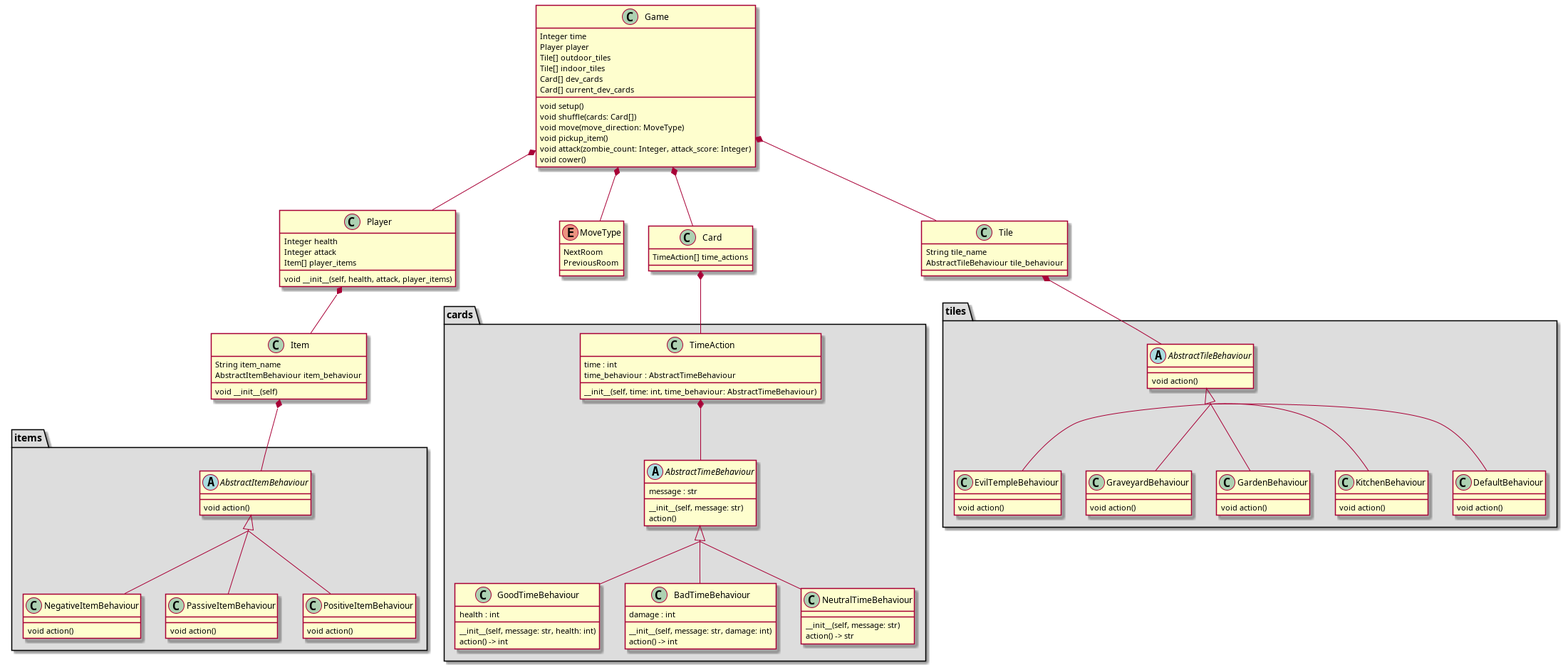
This is Class Diagram.png from bjtrounson/ZombieInMyPocket, a PlantUML export, as it was before one commit.
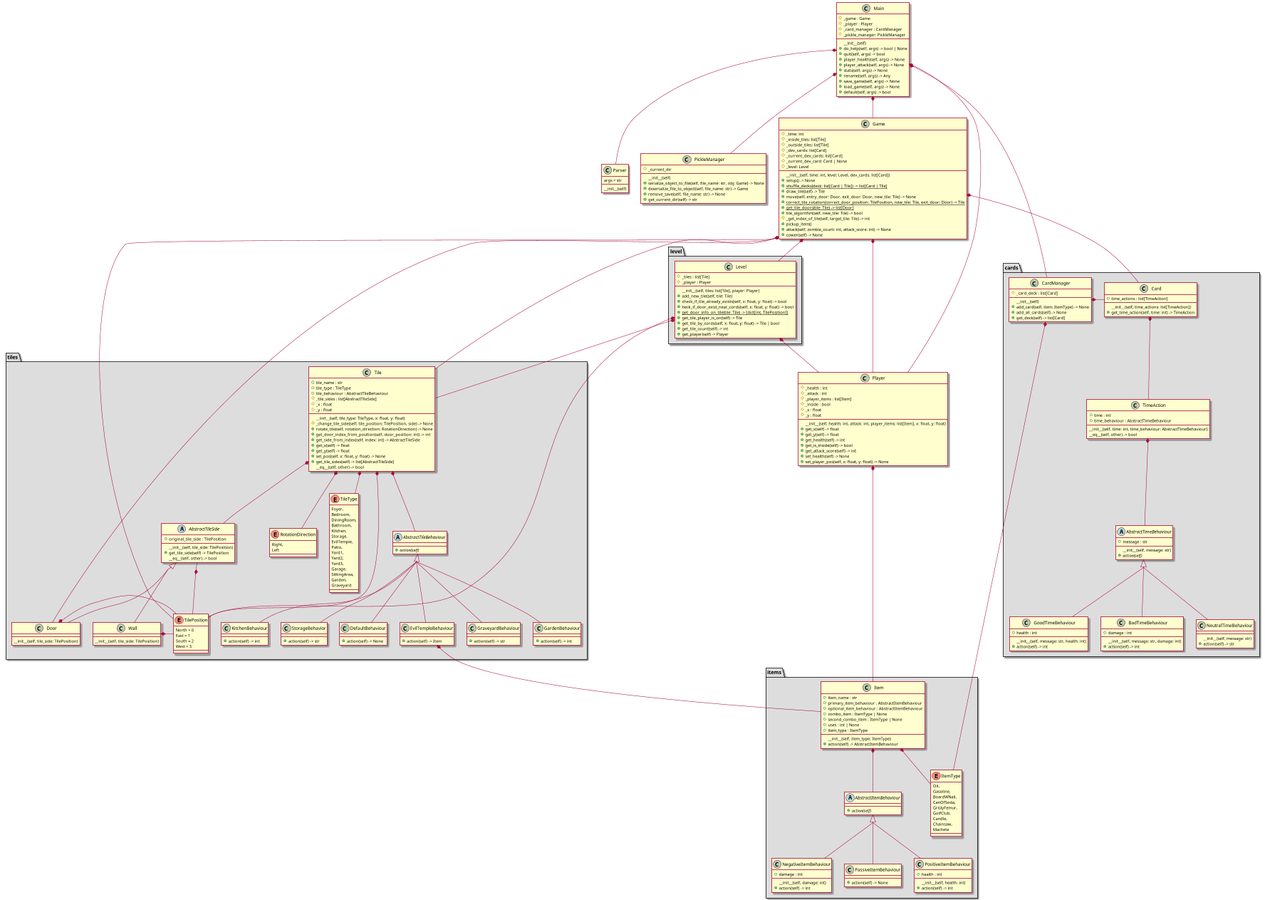
After the change.

Diff of the diagram source:
```diff
@@ -1,134 +1,321 @@
-@startuml Class Diagram
-skinparam groupInheritance 3
+@startuml
+skinparam groupInheritance 2
+page 2x2
+skinparam pageMargin 10
+skinparam pageExternalColor gray
+skinparam pageBorderColor black
 
-class Game {
-    Integer time
-    Player player
-    Tile[] outdoor_tiles
-    Tile[] indoor_tiles
-    Card[] dev_cards
-    Card[] current_dev_cards
-    void setup()
-    void shuffle(cards: Card[])
-    void move(move_direction: MoveType)
-    void pickup_item()
-    void attack(zombie_count: Integer, attack_score: Integer)
-    void cower()
+together {
+  class Main {
+        #_game : Game
+        #_player : Player
+        #_card_manager : CardManager
+        #_pickle_manager: PickleManager
+        __init__(self)
+        +do_help(self, args) -> bool | None
+        +quit(self, args) -> bool
+        +player_health(self, args) -> None
+        +player_attack(self, args) -> None
+        +stats(self, args) -> None
+        +rename(self, args) -> Any
+        +save_game(self, args) -> None
+        +load_game(self, args) -> None
+        +default(self, args) -> bool
+    }
+
+
+    class Parser {
+        args = str
+        __init__(self)
+    }
+
+    class PickleManager {
+        #_current_dir
+        __init__(self)
+        +serialize_object_to_file(self, file_name: str, obj: Game) -> None
+        +deserialize_file_to_object(self, file_name: str) -> Game
+        +remove_save(self, file_name: str) -> None
+        +get_current_dir(self) -> str
+    }
+
+    class Game {
+        #_time: int
+        #_inside_tiles: list[Tile]
+        #_outside_tiles: list[Tile]
+        #_dev_cards: list[Card]
+        #_current_dev_cards: list[Card]
+        #_current_dev_card: Card | None
+        #_level: Level
+        __init__(self, time: int, level: Level, dev_cards: list[Card])
+        +setup() -> None
+        +{static} shuffle_decks(deck: list[Card | Tile]) -> list[Card | Tile]
+        +draw_tile(self) -> Tile
+        +move(self, entry_door: Door, exit_door: Door, new_tile: Tile) -> None
+        +{static}correct_tile_rotation(correct_door_position: TilePosition, new_tile: Tile, exit_door: Door) -> Tile
+        +{static}get_tile_doors(tile: Tile) -> list[Door]
+        +tile_algorithm(self, new_tile: Tile) -> bool
+        #_get_index_of_tile(self, target_tile: Tile) -> int
+        +pickup_item()
+        +attack(self, zombie_count: int, attack_score: int) -> None
+        +cower(self) -> None
+    }
+
+    class Player {
+        #_health : int
+        #_attack : int
+        #_player_items : list[Item]
+        #_inside : bool
+        #_x : float
+        #_y : float
+        __init__(self, health: int, attack: int, player_items: list[Item], x: float, y: float)
+        +get_x(self) -> float
+        +get_y(self) -> float
+        +get_health(self) -> int
+        +get_is_inside(self) -> bool
+        +get_attack_score(self) -> int
+        +set_health(self) -> None
+        +set_player_pos(self, x: float, y: float) -> None
+    }
+
+    package level <<Folder>> #DDDDDD {
+        class Level {
+            #_tiles : list[Tile]
+            #_player : Player
+            __init__(self, tiles: list[Tile], player: Player)
+            +add_new_tile(self, tile: Tile)
+            +check_if_tile_already_exists(self, x: float, y: float) -> bool
+            +heck_if_door_exist_near_cords(self, x: float, y: float) -> bool
+            +{static}get_door_info_on_tile(tile: Tile) -> [dict[int, TilePosition]]
+            +get_tile_player_is_on(self) -> Tile
+            +get_tile_by_cords(self, x: float, y: float) -> Tile | bool
+            +get_tile_count(self) -> int
+            +get_player(self) -> Player
+        }
+    }
 }
 
-class Player {
-    Integer health
-    Integer attack
-    Item[] player_items
-    void __init__(self, health, attack, player_items)
-}
 
-enum MoveType {
-    NextRoom
-    PreviousRoom
-}
 
-Game *-- Player
-Game *-- Card
-Game *-- Tile
-Game *-- MoveType
-Player *-- Item
+
 
 package tiles <<Folder>> #DDDDDD {
     class Tile {
-        String tile_name
-        AbstractTileBehaviour tile_behaviour
+        +tile_name : str
+        +tile_type : TileType
+        +tile_behaviour : AbstractTileBehaviour
+        #_tile_sides : list[AbstractTileSide]
+        #_x : float
+        #_y : float
+        __init__(self, tile_type: TileType, x: float, y: float)
+        #_change_tile_side(self, tile_position: TilePosition, side) -> None
+        +rotate_tile(self, rotation_direction: RotationDirection) -> None
+        +get_door_index_from_position(self, door_position: int) -> int
+        +get_side_from_index(self, index: int) -> AbstractTileSide
+        +get_x(self) -> float
+        +get_y(self) -> float
+        +set_pos(self, x: float, y: float) -> None
+        +get_tile_sides(self) -> list[AbstractTileSide]
+        __eq__(self, other) -> bool
+    }
+
+    enum RotationDirection {
+        Right,
+        Left
+    }
+
+    enum TilePosition {
+        North = 0
+        East = 1
+        South = 2
+        West = 3
+    }
+
+    enum TileType {
+        Foyer,
+        Bedroom,
+        DiningRoom,
+        Bathroom,
+        Kitchen,
+        Storage,
+        EvilTemple,
+        Patio,
+        Yard1,
+        Yard2,
+        Yard3,
+        Garage,
+        SittingArea,
+        Garden,
+        Graveyard
+    }
+
+    class Door extends AbstractTileSide {
+        __init__(self, tile_side: TilePosition)
+    }
+
+    class Wall extends AbstractTileSide {
+        __init__(self, tile_side: TilePosition)
+    }
+
+    abstract class AbstractTileSide {
+        +original_tile_side : TilePosition
+        __init__(self, tile_side: TilePosition)
+        +get_tile_side(self) -> TilePosition
+        __eq__(self, other) -> bool
     }
 
     abstract class AbstractTileBehaviour {
-        void action()
+        +{abstract} action(self)
     }
 
     class EvilTempleBehaviour extends AbstractTileBehaviour {
-        void action()
+        +action(self) -> Item
     }
 
     class GraveyardBehaviour extends AbstractTileBehaviour {
-        void action()
+        +action(self) -> str
     }
 
     class GardenBehaviour extends AbstractTileBehaviour {
-        void action()
+        +action(self) -> int
     }
 
     class KitchenBehaviour extends AbstractTileBehaviour {
-        void action()
+        +action(self) -> int
+    }
+
+    class StorageBehavior extends AbstractTileBehaviour {
+        +action(self) -> str
     }
 
     class DefaultBehaviour extends AbstractTileBehaviour {
-        void action()
+        +action(self) -> None
     }
 
-    Tile *-- AbstractTileBehaviour
+
 }
 
 package items <<Folder>> #DDDDDD {
     class Item {
-        String item_name
-        AbstractItemBehaviour item_behaviour
-        void __init__(self)
+        +item_name : str
+        +primary_item_behaviour : AbstractItemBehaviour
+        +optional_item_behaviour : AbstractItemBehaviour
+        +combo_item : ItemType | None
+        +second_combo_item : ItemType | None
+        +uses : int | None
+        +item_type : ItemType
+        __init__(self, item_type: ItemType)
+        +action(self) -> AbstractItemBehaviour
+    }
+
+    enum ItemType {
+        Oil,
+        Gasoline,
+        BoardWNail,
+        CanOfSoda,
+        GrislyFemur,
+        GolfClub,
+        Candle,
+        Chainsaw,
+        Machete
     }
 
     abstract class AbstractItemBehaviour {
-        void action()
+        +{abstract} action(self)
     }
 
     class NegativeItemBehaviour extends AbstractItemBehaviour {
-        void action()
+        +damage : int
+        __init__(self, damage: int)
+        +action(self) -> int
     }
 
     class PassiveItemBehaviour extends AbstractItemBehaviour {
-        void action()
+        +action(self) -> None
     }
 
     class PositiveItemBehaviour extends AbstractItemBehaviour {
-        void action()
+        +health : int
+        __init__(self, health: int)
+        +action(self) -> int
     }
-
-    Item *-- AbstractItemBehaviour
 }
 
 package cards <<Folder>> #DDDDDD {
     class Card {
-        TimeAction[] time_actions
+        +time_actions : list[TimeAction]
+        __init__(self, time_actions: list[TimeAction])
+        +get_time_action(self, time: int) -> TimeAction
+    }
+
+    class CardManager {
+        #_card_deck : list[Card]
+        __init__(self)
+        +add_card(self, item: ItemType) -> None
+        +add_all_cards(self) -> None
+        +get_deck(self) -> list[Card]
     }
 
     class TimeAction {
-        time : int
-        time_behaviour : AbstractTimeBehaviour
+        +time : int
+        +time_behaviour : AbstractTimeBehaviour
         __init__(self, time: int, time_behaviour: AbstractTimeBehaviour)
+        __eq__(self, other) -> bool
     }
 
     abstract class AbstractTimeBehaviour {
-        message : str
+        +message : str
         __init__(self, message: str)
-        action()
+        {abstract}+action(self)
     }
 
     class GoodTimeBehaviour extends AbstractTimeBehaviour {
-        health : int
+        +health : int
         __init__(self, message: str, health: int)
-        action() -> int
+        +action(self) -> int
     }
 
     class BadTimeBehaviour extends AbstractTimeBehaviour {
-        damage : int
+        +damage : int
         __init__(self, message: str, damage: int)
-        action() -> int
+        +action(self) -> int
     }
 
     class NeutralTimeBehaviour extends AbstractTimeBehaviour {
         __init__(self, message: str)
-        action() -> str
+        +action(self) -> str
     }
 
-    Card *-- TimeAction
-    TimeAction *-- AbstractTimeBehaviour
+
 }
 
+Main *-- Game
+Main *-- CardManager
+Main *-- PickleManager
+Main *-- Parser
+Main *-- Player
+Game *-- Player
+Game *-- Card
+Game *-- Tile
+Game *-- Level
+Game *-- TilePosition
+Game *-- Door
+Player *-- Item
+Level *-- Tile
+Level *-- TilePosition
+Level *-- Player
+Tile *-- AbstractTileBehaviour
+Tile *-- TileType
+Tile *-- AbstractTileSide
+Tile *-- RotationDirection
+Tile *-- TilePosition
+AbstractTileSide *-- TilePosition
+Door *- TilePosition
+Wall *- TilePosition
+EvilTempleBehaviour *-- Item
+CardManager *- Card
+CardManager *-- ItemType
+Card *-- TimeAction
+TimeAction *-- AbstractTimeBehaviour
+Item *-- AbstractItemBehaviour
+Item *-- ItemType
 @enduml
```
